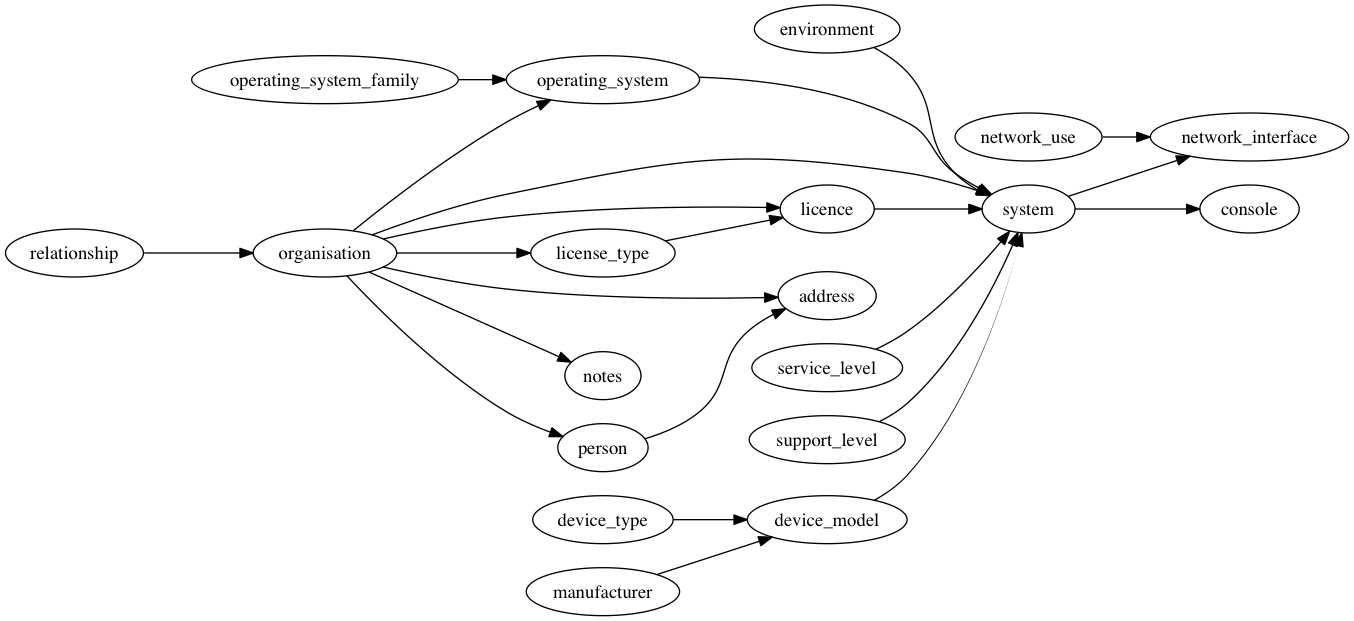
This is onemdl.png from rdmarsh/mdl, a Graphviz export, as it was before one commit. Its source is kept beside it as onemdl.dot.
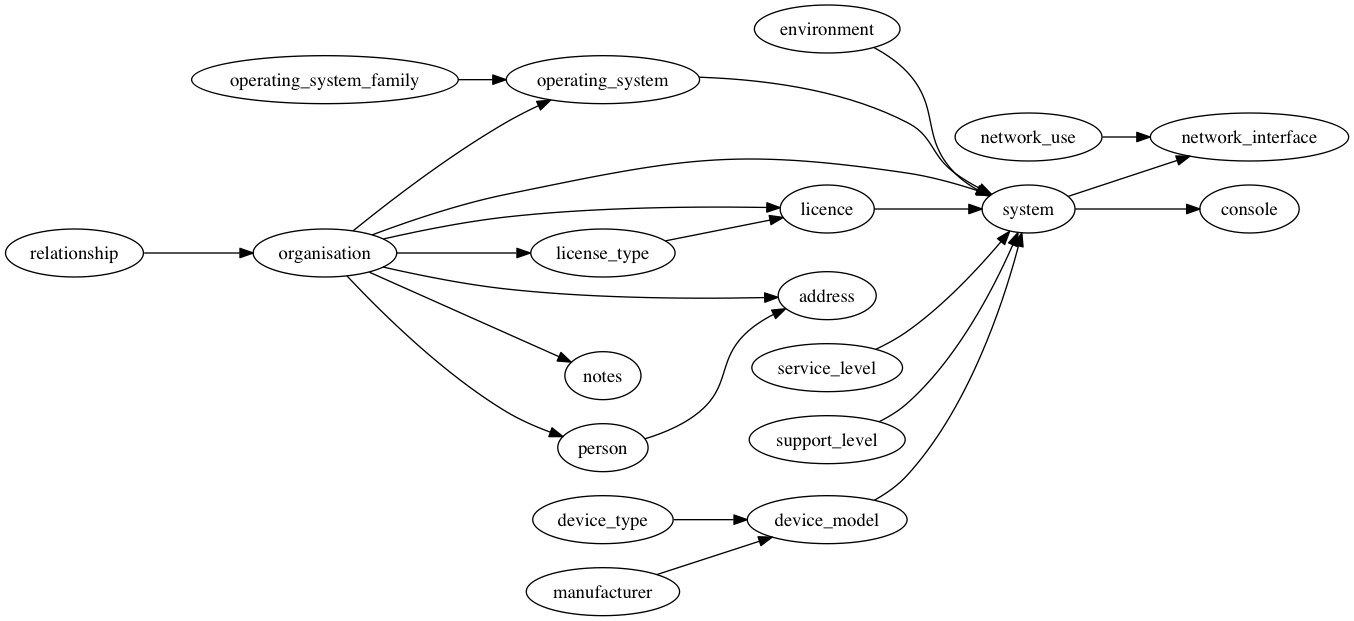
After the change.

Change to the diagram source:
```diff
@@ -1,8 +1,7 @@
 digraph onemdl {
 	rankdir=LR
-	arrowtail=none
 
-	device_model -> system [style=tapered]
+	device_model -> system
 	device_type -> device_model
 	environment -> system
 	licence -> system
```
